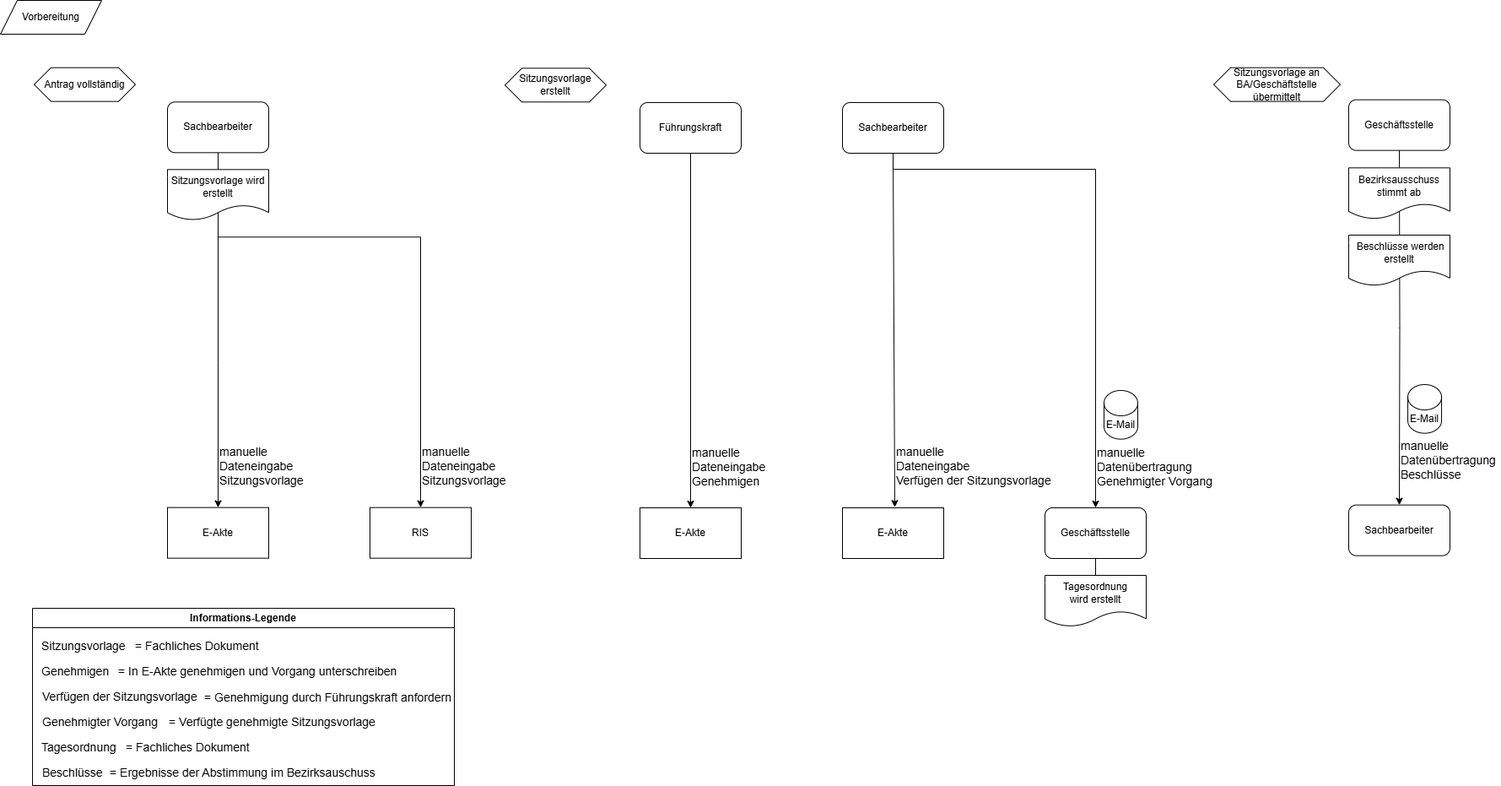
The draw.io diagram docs/src/about/dataflow-diagram/Vorbereitung-state.png in it-at-m/stadtbezirksbudget, before a commit. Source tidied: cells renumbered, new cells last; positions are measured from the earlier drawing's top-left corner, leaving out a move shared by most shapes.
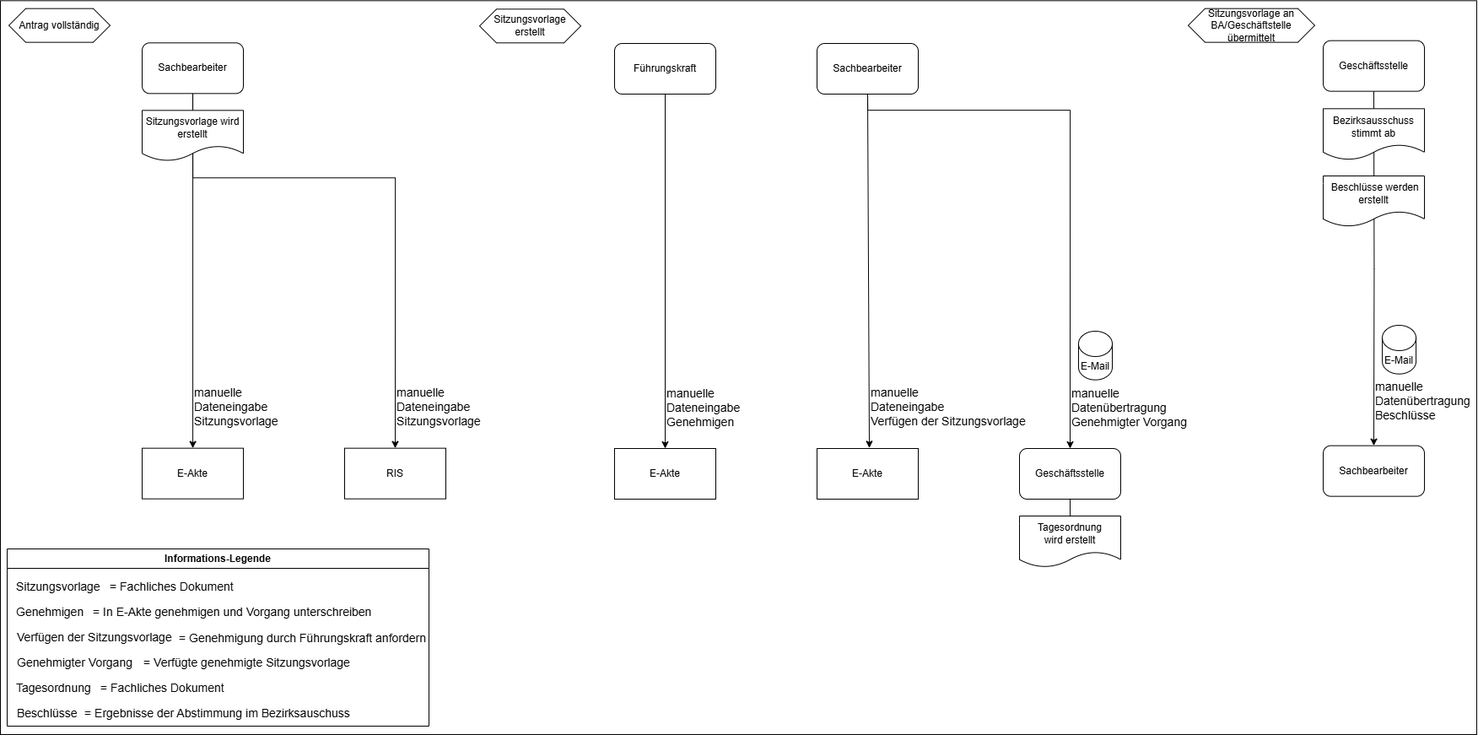
After the change.

Diff of the diagram source:
```diff
@@ -24,9 +24,6 @@
     <mxCell id="5" value="Antrag vollständig" style="shape=hexagon;perimeter=hexagonPerimeter2;whiteSpace=wrap;html=1;fixedSize=1;" parent="1" vertex="1">
       <mxGeometry x="40" y="79.7" width="120" height="40" as="geometry" />
     </mxCell>
-    <mxCell id="6" value="Vorbereitung" style="shape=parallelogram;perimeter=parallelogramPerimeter;whiteSpace=wrap;html=1;fixedSize=1;" parent="1" vertex="1">
-      <mxGeometry width="120" height="40" as="geometry" />
-    </mxCell>
     <mxCell id="7" value="Informations-Legende" style="swimlane;whiteSpace=wrap;html=1;" parent="1" vertex="1">
       <mxGeometry x="38" y="720" width="500" height="210" as="geometry" />
     </mxCell>
@@ -159,5 +156,8 @@
     <mxCell id="47" value="E-Mail" style="shape=cylinder3;whiteSpace=wrap;html=1;boundedLbl=1;backgroundOutline=1;size=15;" parent="1" vertex="1">
       <mxGeometry x="1668.1" y="455" width="40" height="57.7" as="geometry" />
     </mxCell>
+    <mxCell id="48" style="rounded=0;whiteSpace=wrap;html=1;fillColor=none;" parent="1" vertex="1">
+      <mxGeometry x="30" y="70.3" width="1750" height="869.7" as="geometry" />
+    </mxCell>
   </root>
 </mxGraphModel>
```
